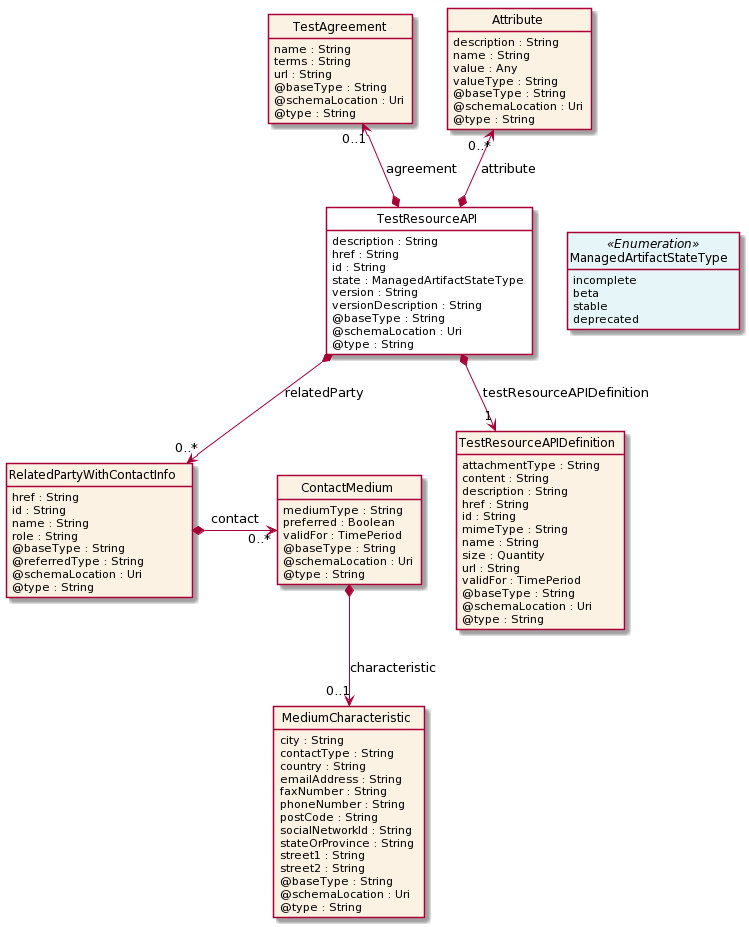
tmforum-apis/Open_Api_And_Data_Model keeps this PlantUML diagram as apis/TMF705_Test_Environment/documentation/diagrams/Resource_TestResourceAPI.png. Above is the earlier version. The source it was exported from:
```plantuml
@startuml
hide circle
hide methods
hide stereotype
show <<Enumeration>> stereotype
skinparam class {
   BackgroundColor<<Enumeration>> #E6F5F7
   BackgroundColor<<Ref>> #FFFFE0
   BackgroundColor<<Pivot>> #FFFFFFF
   BackgroundColor #FCF2E3
}

class TestResourceAPI  <<Pivot>> {
    description : String
    href : String
    id : String
    state : ManagedArtifactStateType
    version : String
    versionDescription : String
    @baseType : String
    @schemaLocation : Uri
    @type : String
}

class ManagedArtifactStateType <<Enumeration>> {
    incomplete
    beta
    stable
    deprecated
}

class TestAgreement  {
    name : String
    terms : String
    url : String
    @baseType : String
    @schemaLocation : Uri
    @type : String
}

class RelatedPartyWithContactInfo  {
    href : String
    id : String
    name : String
    role : String
    @baseType : String
    @referredType : String
    @schemaLocation : Uri
    @type : String
}

class ContactMedium  {
    mediumType : String
    preferred : Boolean
    validFor : TimePeriod
    @baseType : String
    @schemaLocation : Uri
    @type : String
}

class MediumCharacteristic  {
    city : String
    contactType : String
    country : String
    emailAddress : String
    faxNumber : String
    phoneNumber : String
    postCode : String
    socialNetworkId : String
    stateOrProvince : String
    street1 : String
    street2 : String
    @baseType : String
    @schemaLocation : Uri
    @type : String
}

class Attribute  {
    description : String
    name : String
    value : Any
    valueType : String
    @baseType : String
    @schemaLocation : Uri
    @type : String
}

class TestResourceAPIDefinition  {
    attachmentType : String
    content : String
    description : String
    href : String
    id : String
    mimeType : String
    name : String
    size : Quantity
    url : String
    validFor : TimePeriod
    @baseType : String
    @schemaLocation : Uri
    @type : String
}

TestResourceAPI -right[hidden]-> ManagedArtifactStateType

Attribute "0..*" <--* TestResourceAPI : attribute

TestAgreement "0..1" <--* TestResourceAPI : agreement

TestResourceAPI *-->  "1" TestResourceAPIDefinition : testResourceAPIDefinition

TestResourceAPI *-->  "0..*" RelatedPartyWithContactInfo : relatedParty

RelatedPartyWithContactInfo *-right-> "0..*" ContactMedium : contact

ContactMedium *-->  "0..1" MediumCharacteristic : characteristic

@enduml
```
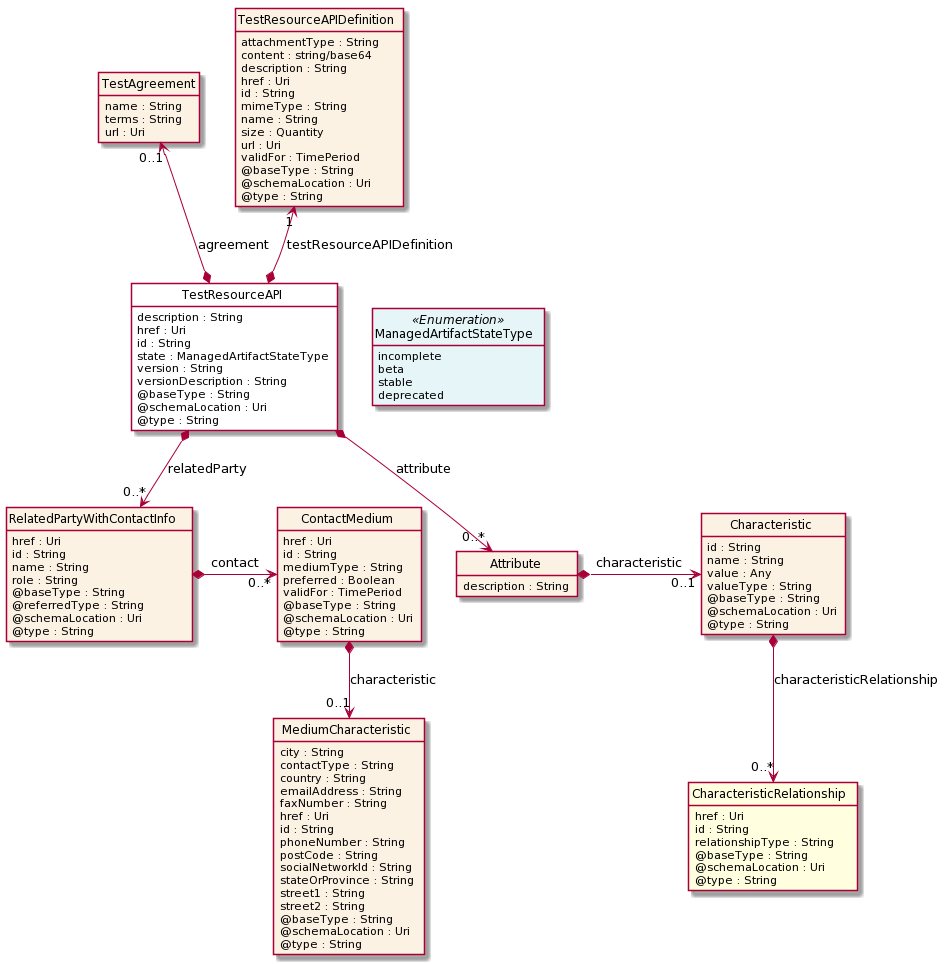
Later version of the same file.

What changed in the source:
```diff
@@ -12,7 +12,7 @@
 
 class TestResourceAPI  <<Pivot>> {
     description : String
-    href : String
+    href : Uri
     id : String
     state : ManagedArtifactStateType
     version : String
@@ -32,14 +32,11 @@
 class TestAgreement  {
     name : String
     terms : String
-    url : String
-    @baseType : String
-    @schemaLocation : Uri
-    @type : String
+    url : Uri
 }
 
 class RelatedPartyWithContactInfo  {
-    href : String
+    href : Uri
     id : String
     name : String
     role : String
@@ -50,6 +47,8 @@
 }
 
 class ContactMedium  {
+    href : Uri
+    id : String
     mediumType : String
     preferred : Boolean
     validFor : TimePeriod
@@ -64,6 +63,8 @@
     country : String
     emailAddress : String
     faxNumber : String
+    href : Uri
+    id : String
     phoneNumber : String
     postCode : String
     socialNetworkId : String
@@ -77,6 +78,10 @@
 
 class Attribute  {
     description : String
+}
+
+class Characteristic  {
+    id : String
     name : String
     value : Any
     valueType : String
@@ -85,16 +90,25 @@
     @type : String
 }
 
+class CharacteristicRelationship  <<Ref>> {
+    href : Uri
+    id : String
+    relationshipType : String
+    @baseType : String
+    @schemaLocation : Uri
+    @type : String
+}
+
 class TestResourceAPIDefinition  {
     attachmentType : String
-    content : String
+    content : string/base64
     description : String
-    href : String
+    href : Uri
     id : String
     mimeType : String
     name : String
     size : Quantity
-    url : String
+    url : Uri
     validFor : TimePeriod
     @baseType : String
     @schemaLocation : Uri
@@ -103,11 +117,11 @@
 
 TestResourceAPI -right[hidden]-> ManagedArtifactStateType
 
-Attribute "0..*" <--* TestResourceAPI : attribute
-
 TestAgreement "0..1" <--* TestResourceAPI : agreement
 
-TestResourceAPI *-->  "1" TestResourceAPIDefinition : testResourceAPIDefinition
+TestResourceAPIDefinition "1" <--* TestResourceAPI : testResourceAPIDefinition
+
+TestResourceAPI *-->  "0..*" Attribute : attribute
 
 TestResourceAPI *-->  "0..*" RelatedPartyWithContactInfo : relatedParty
 
@@ -115,4 +129,8 @@
 
 ContactMedium *-->  "0..1" MediumCharacteristic : characteristic
 
+Attribute *-right-> "0..1" Characteristic : characteristic
+
+Characteristic *-->  "0..*" CharacteristicRelationship : characteristicRelationship
+
 @enduml
```
